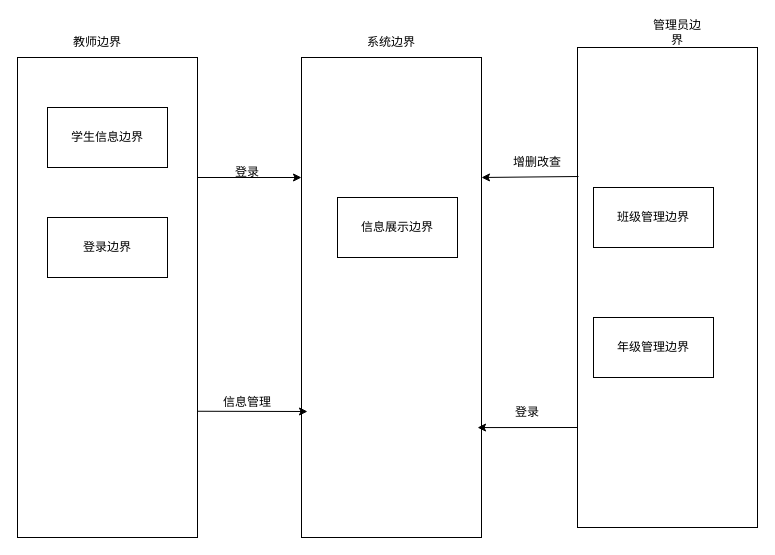
The draw.io diagram 系统边界.drawio in GrandeLai/StudentManagerUML, before the edit. Source tidied: cells renumbered, new cells numbered last; positions are measured from the earlier drawing's top-left corner, leaving out a move shared by most shapes. Both pictures are drawn from the tidied source at 100%, with x=0, y=0 at pixel (17, 17).
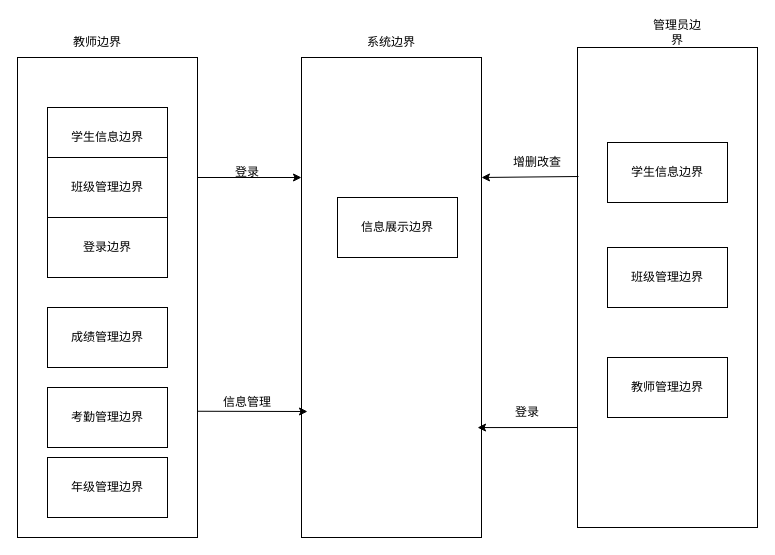
Above is the later version.

Commit message:
更新系统边界.drawio

Diff of the diagram source:
```diff
@@
     <mxCell id="15" value="班级管理边界" style="rounded=0;whiteSpace=wrap;html=1;" parent="1" vertex="1">
-      <mxGeometry x="576" y="170" width="120" height="60" as="geometry" />
+      <mxGeometry x="30" y="140" width="120" height="60" as="geometry" />
     </mxCell>
     <mxCell id="16" value="年级管理边界" style="rounded=0;whiteSpace=wrap;html=1;" parent="1" vertex="1">
-      <mxGeometry x="576" y="300" width="120" height="60" as="geometry" />
+      <mxGeometry x="30" y="440" width="120" height="60" as="geometry" />
     </mxCell>
@@
+    <mxCell id="21" value="成绩管理边界" style="rounded=0;whiteSpace=wrap;html=1;" parent="1" vertex="1">
+      <mxGeometry x="30" y="290" width="120" height="60" as="geometry" />
+    </mxCell>
+    <mxCell id="22" value="考勤管理边界" style="rounded=0;whiteSpace=wrap;html=1;" parent="1" vertex="1">
+      <mxGeometry x="30" y="370" width="120" height="60" as="geometry" />
+    </mxCell>
+    <mxCell id="23" value="学生信息边界" style="rounded=0;whiteSpace=wrap;html=1;" parent="1" vertex="1">
+      <mxGeometry x="590" y="125" width="120" height="60" as="geometry" />
+    </mxCell>
+    <mxCell id="24" value="班级管理边界" style="rounded=0;whiteSpace=wrap;html=1;" parent="1" vertex="1">
+      <mxGeometry x="590" y="230" width="120" height="60" as="geometry" />
+    </mxCell>
+    <mxCell id="25" value="教师管理边界" style="rounded=0;whiteSpace=wrap;html=1;" parent="1" vertex="1">
+      <mxGeometry x="590" y="340" width="120" height="60" as="geometry" />
+    </mxCell>
```
